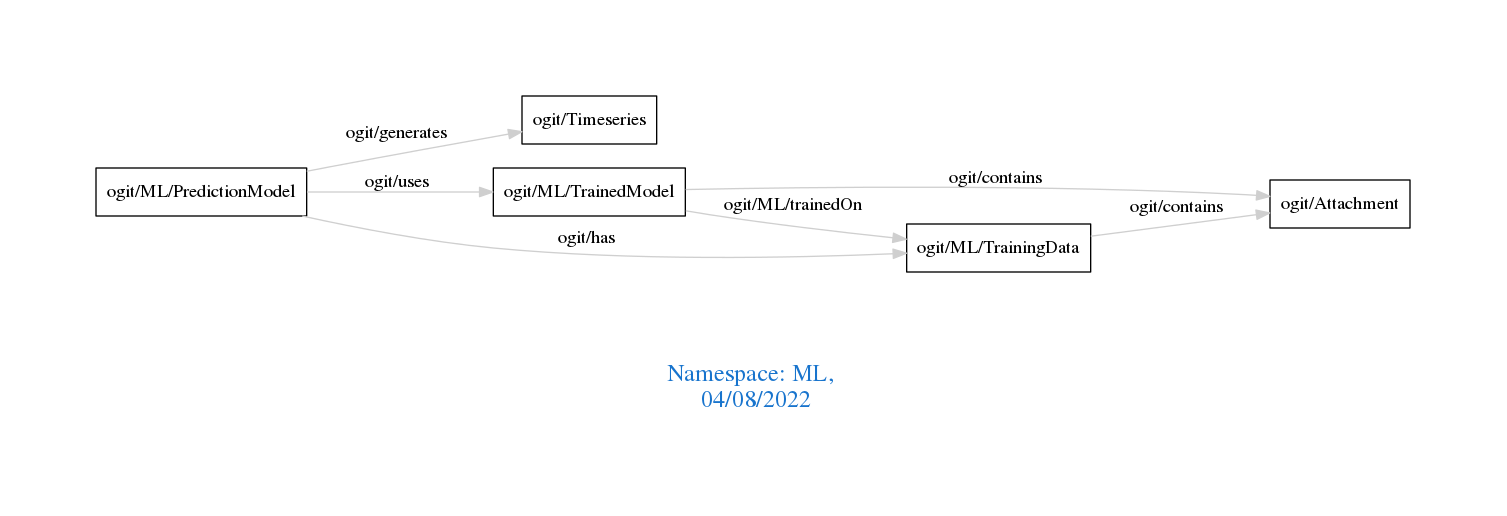
This is downloads/ML.png from arago/OGIT, a Graphviz export, as it was before one commit. Its source is kept beside it as downloads/ML.dot.
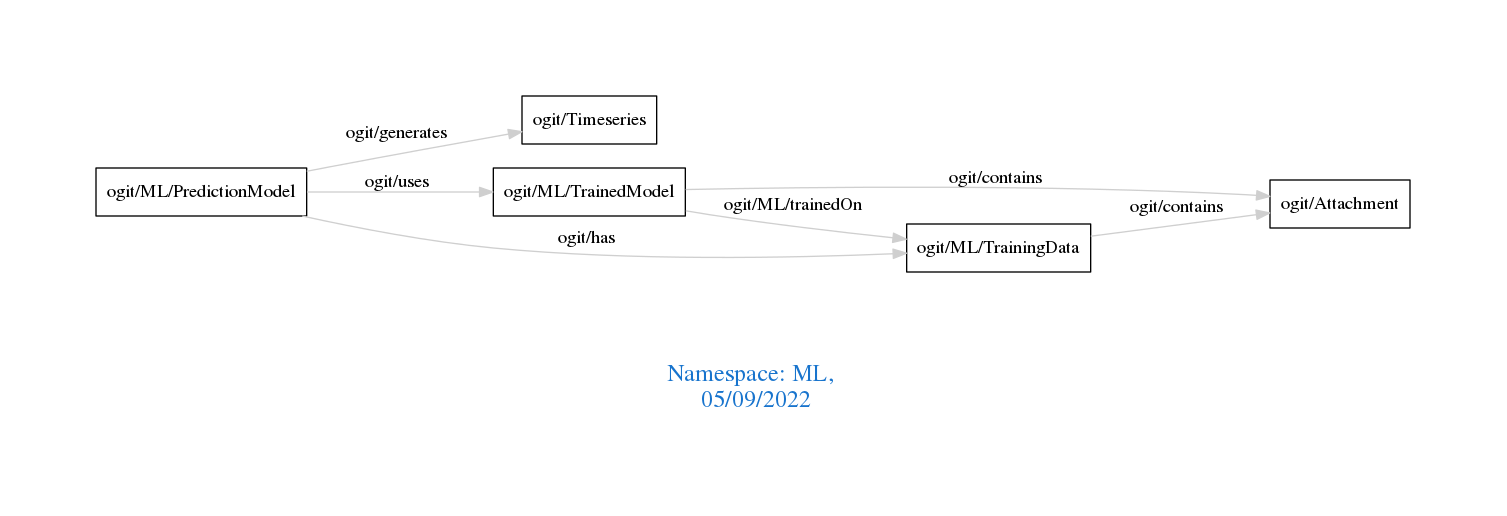
After the change.

Diff of the diagram source:
```diff
@@ -1,7 +1,7 @@
 digraph OGIT_ontology {
  graph [ rankdir= LR,pad=1
 fontsize = 18,
-fontcolor= dodgerblue3,label = "\n\n\nNamespace: ML, \n 04/08/2022"];
+fontcolor= dodgerblue3,label = "\n\n\nNamespace: ML, \n 05/09/2022"];
 node[shape=polygon];
 edge [  color="gray81"];
 
```
